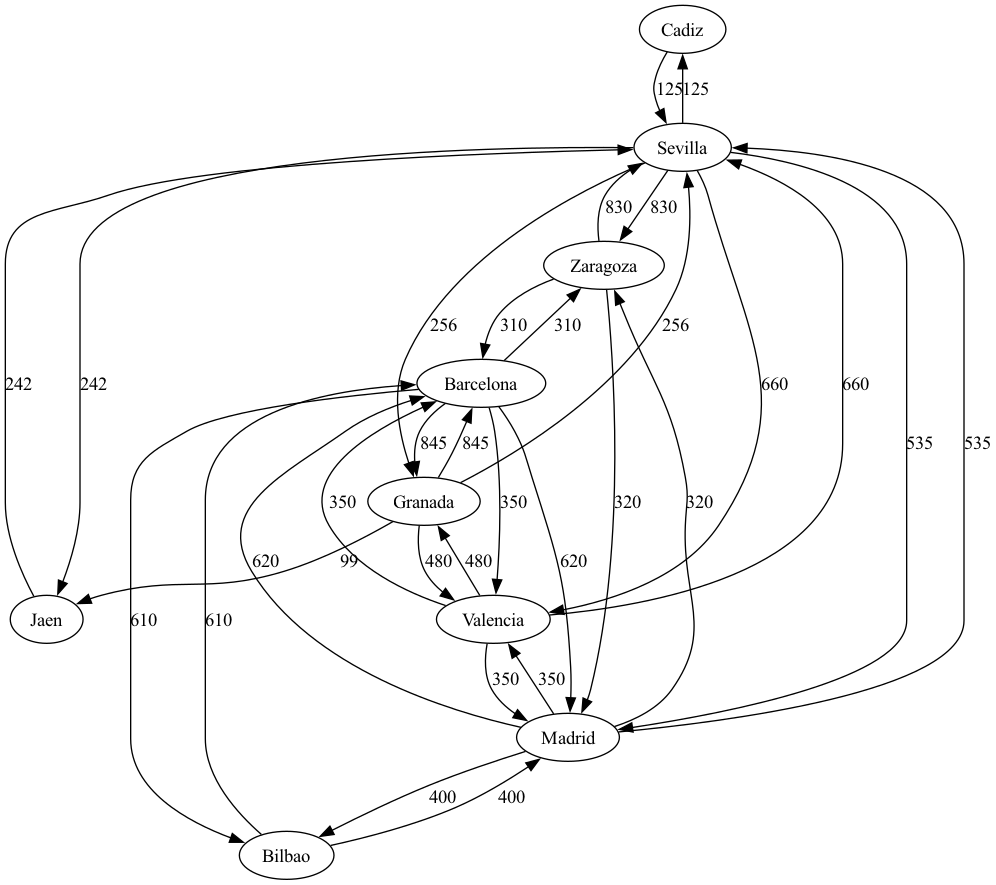
The Graphviz diagram grafo.png in Edwinhndz/201807124_EDD_Proyecto, before a commit. Its source is kept beside it as grafo.dot. The source it was exported from:
```dot
digraph G {
Cadiz -> Sevilla [label="125"];
Sevilla -> Cadiz [label="125"];
Sevilla -> Granada [label="256"];
Sevilla -> Jaen [label="242"];
Sevilla -> Madrid [label="535"];
Sevilla -> Valencia [label="660"];
Sevilla -> Zaragoza [label="830"];
Granada -> Sevilla [label="256"];
Granada -> Jaen [label="99"];
Granada -> Barcelona [label="845"];
Granada -> Valencia [label="480"];
Jaen -> Sevilla [label="242"];
Madrid -> Sevilla [label="535"];
Madrid -> Barcelona [label="620"];
Madrid -> Valencia [label="350"];
Madrid -> Zaragoza [label="320"];
Madrid -> Bilbao [label="400"];
Barcelona -> Granada [label="845"];
Barcelona -> Madrid [label="620"];
Barcelona -> Valencia [label="350"];
Barcelona -> Zaragoza [label="310"];
Barcelona -> Bilbao [label="610"];
Valencia -> Sevilla [label="660"];
Valencia -> Granada [label="480"];
Valencia -> Madrid [label="350"];
Valencia -> Barcelona [label="350"];
Zaragoza -> Sevilla [label="830"];
Zaragoza -> Madrid [label="320"];
Zaragoza -> Barcelona [label="310"];
Bilbao -> Madrid [label="400"];
Bilbao -> Barcelona [label="610"];
}
```
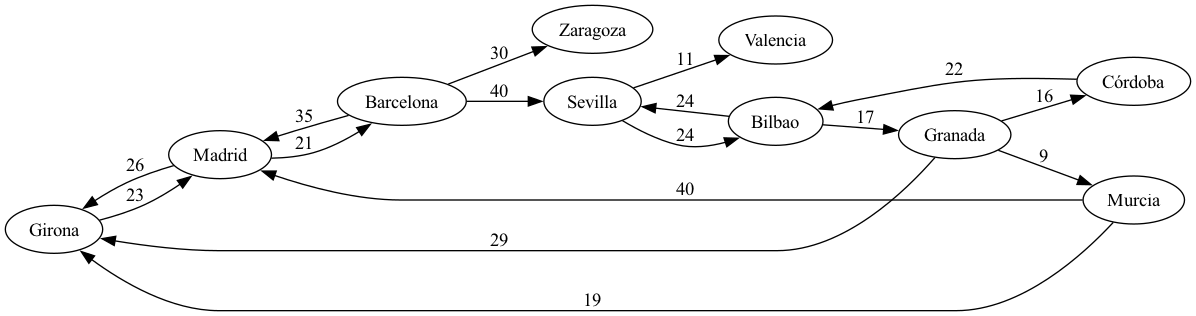
After the change.

Diff of the diagram source:
```diff
@@ -1,33 +1,20 @@
 digraph G {
-Cadiz -> Sevilla [label="125"];
-Sevilla -> Cadiz [label="125"];
-Sevilla -> Granada [label="256"];
-Sevilla -> Jaen [label="242"];
-Sevilla -> Madrid [label="535"];
-Sevilla -> Valencia [label="660"];
-Sevilla -> Zaragoza [label="830"];
-Granada -> Sevilla [label="256"];
-Granada -> Jaen [label="99"];
-Granada -> Barcelona [label="845"];
-Granada -> Valencia [label="480"];
-Jaen -> Sevilla [label="242"];
-Madrid -> Sevilla [label="535"];
-Madrid -> Barcelona [label="620"];
-Madrid -> Valencia [label="350"];
-Madrid -> Zaragoza [label="320"];
-Madrid -> Bilbao [label="400"];
-Barcelona -> Granada [label="845"];
-Barcelona -> Madrid [label="620"];
-Barcelona -> Valencia [label="350"];
-Barcelona -> Zaragoza [label="310"];
-Barcelona -> Bilbao [label="610"];
-Valencia -> Sevilla [label="660"];
-Valencia -> Granada [label="480"];
-Valencia -> Madrid [label="350"];
-Valencia -> Barcelona [label="350"];
-Zaragoza -> Sevilla [label="830"];
-Zaragoza -> Madrid [label="320"];
-Zaragoza -> Barcelona [label="310"];
-Bilbao -> Madrid [label="400"];
-Bilbao -> Barcelona [label="610"];
+ rankdir= LR;
+
+Girona -> Madrid [label="23"];
+Madrid -> Girona [label="26"];
+Madrid -> Barcelona [label="21"];
+Barcelona -> Madrid [label="35"];
+Barcelona -> Zaragoza [label="30"];
+Barcelona -> Sevilla [label="40"];
+Sevilla -> Valencia [label="11"];
+Sevilla -> Bilbao [label="24"];
+Bilbao -> Sevilla [label="24"];
+Bilbao -> Granada [label="17"];
+Granada -> Girona [label="29"];
+Granada -> Murcia [label="9"];
+Granada -> Córdoba [label="16"];
+Murcia -> Girona [label="19"];
+Murcia -> Madrid [label="40"];
+Córdoba -> Bilbao [label="22"];
 }
```
